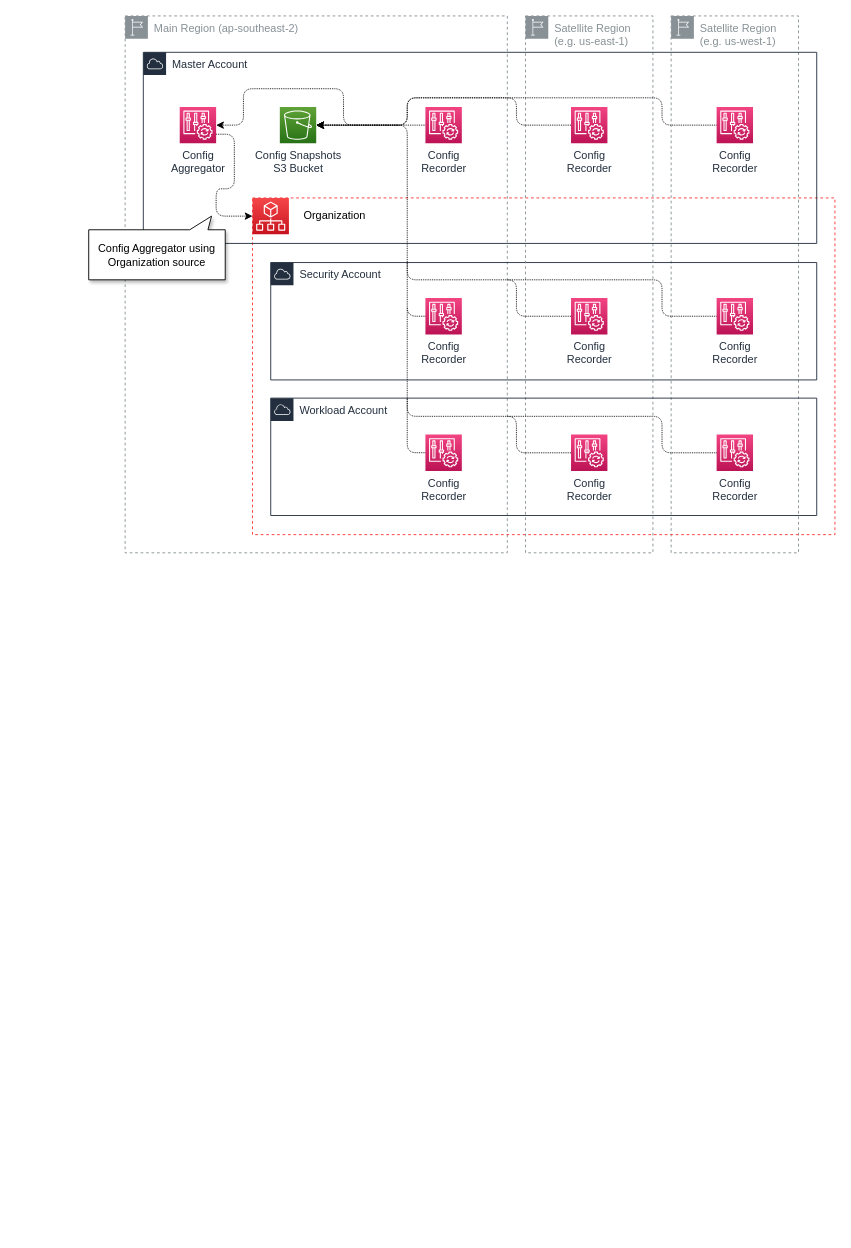
Before: docs/Config.drawio in tomwwright/littleorange, a draw.io diagram. Source tidied: cells renumbered, new cells numbered last; positions are measured from the earlier drawing's top-left corner, leaving out a move shared by most shapes. Both pictures are drawn from the tidied source at 91%, with x=0, y=0 at pixel (88, 15). Pictures stored in the file or linked from it are replaced by grey dashed boxes.
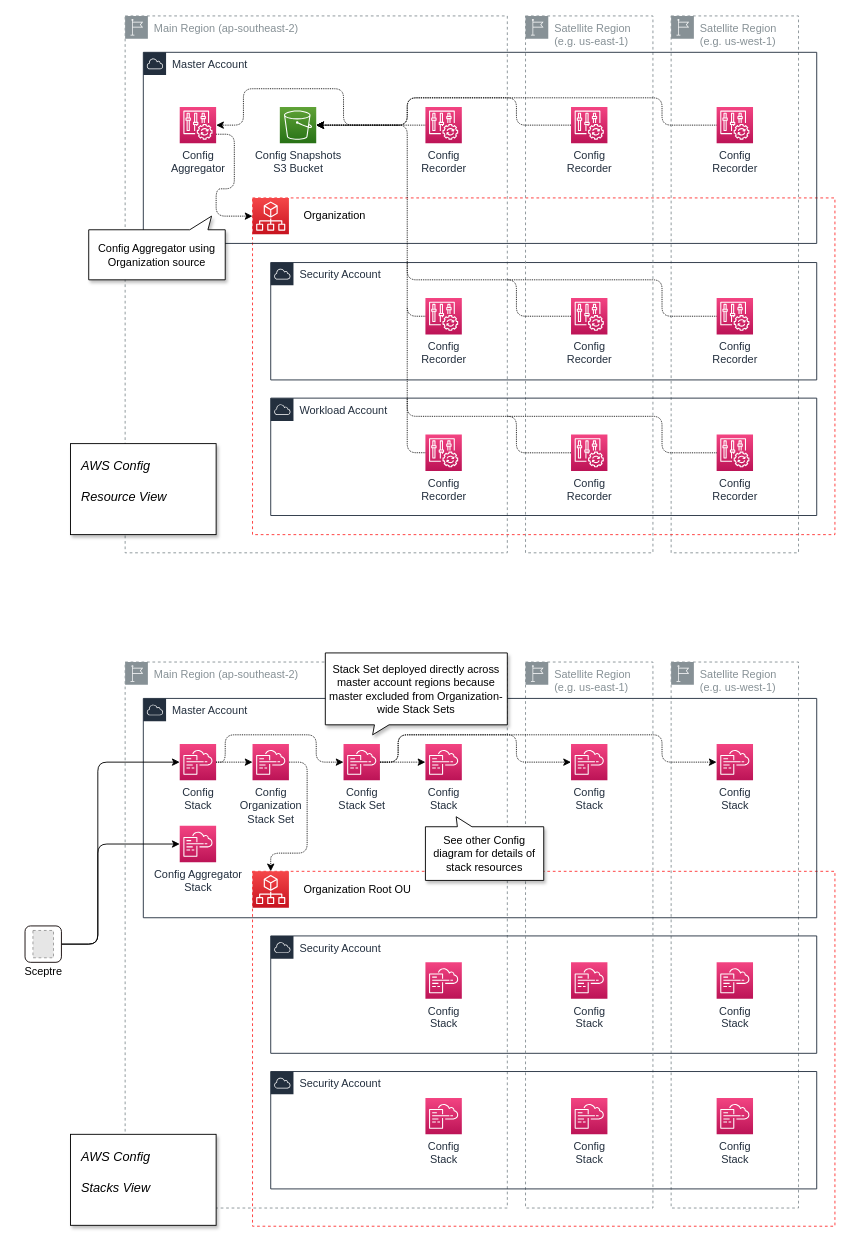
The same page after the edit.

What changed in the source:
```diff
@@
+    <mxCell id="34" value="Main Region (ap-southeast-2)" style="gradientColor=none;html=1;whiteSpace=wrap;fontSize=12;fontStyle=0;shape=mxgraph.aws4.group;grIcon=mxgraph.aws4.group_region;strokeColor=#879196;fillColor=none;verticalAlign=top;align=left;spacingLeft=30;fontColor=#879196;dashed=1;" parent="1" vertex="1">
+      <mxGeometry x="40" y="710" width="420" height="600" as="geometry" />
+    </mxCell>
+    <mxCell id="35" value="Satellite Region (e.g. us-west-1)" style="gradientColor=none;html=1;whiteSpace=wrap;fontSize=12;fontStyle=0;shape=mxgraph.aws4.group;grIcon=mxgraph.aws4.group_region;strokeColor=#879196;fillColor=none;verticalAlign=top;align=left;spacingLeft=30;fontColor=#879196;dashed=1;" parent="1" vertex="1">
+      <mxGeometry x="640" y="710" width="140" height="600" as="geometry" />
+    </mxCell>
+    <mxCell id="36" style="whiteSpace=wrap;html=1;fillColor=none;dashed=1;strokeColor=#FF3333;" parent="1" vertex="1">
+      <mxGeometry x="180" y="940" width="640" height="390" as="geometry" />
+    </mxCell>
+    <mxCell id="37" value="Security Account" style="gradientColor=none;html=1;whiteSpace=wrap;fontSize=12;fontStyle=0;shape=mxgraph.aws4.group;grIcon=mxgraph.aws4.group_aws_cloud;strokeColor=#232F3E;fillColor=none;verticalAlign=top;align=left;spacingLeft=30;fontColor=#232F3E;dashed=0;" parent="1" vertex="1">
+      <mxGeometry x="200" y="1011" width="600" height="129" as="geometry" />
+    </mxCell>
+    <mxCell id="38" value="Satellite Region (e.g. us-east-1)" style="gradientColor=none;html=1;whiteSpace=wrap;fontSize=12;fontStyle=0;shape=mxgraph.aws4.group;grIcon=mxgraph.aws4.group_region;strokeColor=#879196;fillColor=none;verticalAlign=top;align=left;spacingLeft=30;fontColor=#879196;dashed=1;" parent="1" vertex="1">
+      <mxGeometry x="480" y="710" width="140" height="600" as="geometry" />
+    </mxCell>
+    <mxCell id="39" value="Master Account" style="gradientColor=none;html=1;whiteSpace=wrap;fontSize=12;fontStyle=0;shape=mxgraph.aws4.group;grIcon=mxgraph.aws4.group_aws_cloud;strokeColor=#232F3E;fillColor=none;verticalAlign=top;align=left;spacingLeft=30;fontColor=#232F3E;dashed=0;" parent="1" vertex="1">
+      <mxGeometry x="60" y="750" width="740" height="241" as="geometry" />
+    </mxCell>
+    <mxCell id="40" style="edgeStyle=orthogonalEdgeStyle;rounded=1;jumpStyle=none;jettySize=auto;html=1;dashed=1;dashPattern=1 1;" parent="1" edge="1" source="42" target="43">
+      <mxGeometry relative="1" as="geometry" />
+    </mxCell>
+    <mxCell id="41" style="edgeStyle=orthogonalEdgeStyle;rounded=1;jumpStyle=none;jettySize=auto;html=1;dashed=1;dashPattern=1 1;" parent="1" edge="1" source="42" target="51">
+      <mxGeometry relative="1" as="geometry">
+        <Array as="points">
+          <mxPoint x="340" y="820" />
+          <mxPoint x="340" y="790" />
+          <mxPoint x="470" y="790" />
+          <mxPoint x="470" y="820" />
+        </Array>
+      </mxGeometry>
+    </mxCell>
+    <mxCell id="42" value="Config&lt;br&gt;Stack Set" style="outlineConnect=0;fontColor=#232F3E;gradientColor=#F34482;gradientDirection=north;fillColor=#BC1356;strokeColor=#ffffff;dashed=0;verticalLabelPosition=bottom;verticalAlign=top;align=center;html=1;fontSize=12;fontStyle=0;shape=mxgraph.aws4.resourceIcon;resIcon=mxgraph.aws4.cloudformation;" parent="1" vertex="1">
+      <mxGeometry x="280" y="800" width="40" height="40" as="geometry" />
+    </mxCell>
+    <mxCell id="43" value="Config&lt;br&gt;Stack" style="outlineConnect=0;fontColor=#232F3E;gradientColor=#F34482;gradientDirection=north;fillColor=#BC1356;strokeColor=#ffffff;dashed=0;verticalLabelPosition=bottom;verticalAlign=top;align=center;html=1;fontSize=12;fontStyle=0;shape=mxgraph.aws4.resourceIcon;resIcon=mxgraph.aws4.cloudformation;" parent="1" vertex="1">
+      <mxGeometry x="370" y="800" width="40" height="40" as="geometry" />
+    </mxCell>
+    <mxCell id="44" style="outlineConnect=0;fontColor=#232F3E;gradientColor=#F54749;gradientDirection=north;fillColor=#C7131F;strokeColor=#ffffff;dashed=0;verticalLabelPosition=bottom;verticalAlign=top;align=center;html=1;fontSize=12;fontStyle=0;shape=mxgraph.aws4.resourceIcon;resIcon=mxgraph.aws4.organizations;" parent="1" vertex="1">
+      <mxGeometry x="180" y="940" width="40" height="40" as="geometry" />
+    </mxCell>
+    <mxCell id="45" style="edgeStyle=orthogonalEdgeStyle;rounded=1;jumpStyle=none;jettySize=auto;html=1;" parent="1" edge="1" source="47" target="54">
+      <mxGeometry relative="1" as="geometry">
+        <Array as="points">
+          <mxPoint x="10" y="1020" />
+          <mxPoint x="10" y="820" />
+        </Array>
+      </mxGeometry>
+    </mxCell>
+    <mxCell id="46" style="edgeStyle=orthogonalEdgeStyle;rounded=1;jettySize=auto;html=1;" parent="1" edge="1" source="47" target="62">
+      <mxGeometry relative="1" as="geometry">
+        <Array as="points">
+          <mxPoint x="10" y="1020" />
+          <mxPoint x="10" y="910" />
+        </Array>
+      </mxGeometry>
+    </mxCell>
+    <mxCell id="47" style="whiteSpace=wrap;html=1;strokeColor=#0D0303;fillColor=#ffffff;rounded=1;" parent="1" vertex="1">
+      <mxGeometry x="-70" y="1000" width="40" height="40" as="geometry" />
+    </mxCell>
+    <mxCell id="48" style="fillColor=#E6E6E6;strokeColor=#999999;dashed=1;" parent="1" vertex="1">
+      <mxGeometry x="-61.3" y="1005" width="22.6" height="30" as="geometry" />
+    </mxCell>
+    <mxCell id="49" value="Sceptre" style="text;html=1;align=center;verticalAlign=middle;" parent="1" vertex="1">
+      <mxGeometry x="-80" y="1040" width="60" height="20" as="geometry" />
+    </mxCell>
+    <mxCell id="50" value="Organization Root OU" style="text;html=1;align=center;verticalAlign=middle;" parent="1" vertex="1">
+      <mxGeometry x="230" y="950" width="130" height="20" as="geometry" />
+    </mxCell>
+    <mxCell id="51" value="Config&lt;br&gt;Stack" style="outlineConnect=0;fontColor=#232F3E;gradientColor=#F34482;gradientDirection=north;fillColor=#BC1356;strokeColor=#ffffff;dashed=0;verticalLabelPosition=bottom;verticalAlign=top;align=center;html=1;fontSize=12;fontStyle=0;shape=mxgraph.aws4.resourceIcon;resIcon=mxgraph.aws4.cloudformation;" parent="1" vertex="1">
+      <mxGeometry x="530" y="800" width="40" height="40" as="geometry" />
+    </mxCell>
+    <mxCell id="52" value="Config&lt;br&gt;Stack" style="outlineConnect=0;fontColor=#232F3E;gradientColor=#F34482;gradientDirection=north;fillColor=#BC1356;strokeColor=#ffffff;dashed=0;verticalLabelPosition=bottom;verticalAlign=top;align=center;html=1;fontSize=12;fontStyle=0;shape=mxgraph.aws4.resourceIcon;resIcon=mxgraph.aws4.cloudformation;" parent="1" vertex="1">
+      <mxGeometry x="690" y="800" width="40" height="40" as="geometry" />
+    </mxCell>
+    <mxCell id="53" style="edgeStyle=orthogonalEdgeStyle;rounded=1;jumpStyle=none;jettySize=auto;html=1;dashed=1;dashPattern=1 1;" parent="1" edge="1" source="42" target="52">
+      <mxGeometry relative="1" as="geometry">
+        <Array as="points">
+          <mxPoint x="340" y="820" />
+          <mxPoint x="340" y="790" />
+          <mxPoint x="630" y="790" />
+          <mxPoint x="630" y="820" />
+        </Array>
+      </mxGeometry>
+    </mxCell>
+    <mxCell id="54" value="Config&lt;br&gt;Stack" style="outlineConnect=0;fontColor=#232F3E;gradientColor=#F34482;gradientDirection=north;fillColor=#BC1356;strokeColor=#ffffff;dashed=0;verticalLabelPosition=bottom;verticalAlign=top;align=center;html=1;fontSize=12;fontStyle=0;shape=mxgraph.aws4.resourceIcon;resIcon=mxgraph.aws4.cloudformation;" parent="1" vertex="1">
+      <mxGeometry x="100" y="800" width="40" height="40" as="geometry" />
+    </mxCell>
+    <mxCell id="55" style="edgeStyle=orthogonalEdgeStyle;rounded=1;jettySize=auto;html=1;dashed=1;dashPattern=1 1;" parent="1" edge="1" source="56" target="44">
+      <mxGeometry relative="1" as="geometry">
+        <Array as="points">
+          <mxPoint x="240" y="820" />
+          <mxPoint x="240" y="920" />
+          <mxPoint x="200" y="920" />
+        </Array>
+      </mxGeometry>
+    </mxCell>
+    <mxCell id="56" value="Config&lt;br&gt;Organization&lt;br&gt;Stack Set" style="outlineConnect=0;fontColor=#232F3E;gradientColor=#F34482;gradientDirection=north;fillColor=#BC1356;strokeColor=#ffffff;dashed=0;verticalLabelPosition=bottom;verticalAlign=top;align=center;html=1;fontSize=12;fontStyle=0;shape=mxgraph.aws4.resourceIcon;resIcon=mxgraph.aws4.cloudformation;" parent="1" vertex="1">
+      <mxGeometry x="180" y="800" width="40" height="40" as="geometry" />
+    </mxCell>
+    <mxCell id="57" style="edgeStyle=orthogonalEdgeStyle;rounded=1;jumpStyle=none;jettySize=auto;html=1;dashed=1;dashPattern=1 1;" parent="1" edge="1" source="54" target="56">
+      <mxGeometry relative="1" as="geometry" />
+    </mxCell>
+    <mxCell id="58" style="edgeStyle=orthogonalEdgeStyle;rounded=1;jumpStyle=none;jettySize=auto;html=1;dashed=1;dashPattern=1 1;" parent="1" edge="1" source="54" target="42">
+      <mxGeometry relative="1" as="geometry">
+        <Array as="points">
+          <mxPoint x="150" y="820" />
+          <mxPoint x="150" y="790" />
+          <mxPoint x="250" y="790" />
+          <mxPoint x="250" y="820" />
+        </Array>
+      </mxGeometry>
+    </mxCell>
+    <mxCell id="59" value="Config&lt;br&gt;Stack" style="fontColor=#232F3E;gradientColor=#F34482;gradientDirection=north;fillColor=#BC1356;strokeColor=#ffffff;dashed=0;verticalLabelPosition=bottom;verticalAlign=top;align=center;html=1;fontSize=12;fontStyle=0;shape=mxgraph.aws4.resourceIcon;resIcon=mxgraph.aws4.cloudformation;" parent="1" vertex="1">
+      <mxGeometry x="370" y="1040" width="40" height="40" as="geometry" />
+    </mxCell>
+    <mxCell id="60" value="Config&lt;br&gt;Stack" style="fontColor=#232F3E;gradientColor=#F34482;gradientDirection=north;fillColor=#BC1356;strokeColor=#ffffff;dashed=0;verticalLabelPosition=bottom;verticalAlign=top;align=center;html=1;fontSize=12;fontStyle=0;shape=mxgraph.aws4.resourceIcon;resIcon=mxgraph.aws4.cloudformation;" parent="1" vertex="1">
+      <mxGeometry x="530" y="1040" width="40" height="40" as="geometry" />
+    </mxCell>
+    <mxCell id="61" value="Config&lt;br&gt;Stack" style="fontColor=#232F3E;gradientColor=#F34482;gradientDirection=north;fillColor=#BC1356;strokeColor=#ffffff;dashed=0;verticalLabelPosition=bottom;verticalAlign=top;align=center;html=1;fontSize=12;fontStyle=0;shape=mxgraph.aws4.resourceIcon;resIcon=mxgraph.aws4.cloudformation;" parent="1" vertex="1">
+      <mxGeometry x="690" y="1040" width="40" height="40" as="geometry" />
+    </mxCell>
+    <mxCell id="62" value="Config Aggregator&lt;br&gt;Stack" style="outlineConnect=0;fontColor=#232F3E;gradientColor=#F34482;gradientDirection=north;fillColor=#BC1356;strokeColor=#ffffff;dashed=0;verticalLabelPosition=bottom;verticalAlign=top;align=center;html=1;fontSize=12;fontStyle=0;shape=mxgraph.aws4.resourceIcon;resIcon=mxgraph.aws4.cloudformation;" parent="1" vertex="1">
+      <mxGeometry x="100" y="890" width="40" height="40" as="geometry" />
+    </mxCell>
+    <mxCell id="63" value="Security Account" style="gradientColor=none;html=1;whiteSpace=wrap;fontSize=12;fontStyle=0;shape=mxgraph.aws4.group;grIcon=mxgraph.aws4.group_aws_cloud;strokeColor=#232F3E;fillColor=none;verticalAlign=top;align=left;spacingLeft=30;fontColor=#232F3E;dashed=0;" parent="1" vertex="1">
+      <mxGeometry x="200" y="1160" width="600" height="129" as="geometry" />
+    </mxCell>
+    <mxCell id="64" value="Config&lt;br&gt;Stack" style="fontColor=#232F3E;gradientColor=#F34482;gradientDirection=north;fillColor=#BC1356;strokeColor=#ffffff;dashed=0;verticalLabelPosition=bottom;verticalAlign=top;align=center;html=1;fontSize=12;fontStyle=0;shape=mxgraph.aws4.resourceIcon;resIcon=mxgraph.aws4.cloudformation;" parent="1" vertex="1">
+      <mxGeometry x="370" y="1189" width="40" height="40" as="geometry" />
+    </mxCell>
+    <mxCell id="65" value="Config&lt;br&gt;Stack" style="fontColor=#232F3E;gradientColor=#F34482;gradientDirection=north;fillColor=#BC1356;strokeColor=#ffffff;dashed=0;verticalLabelPosition=bottom;verticalAlign=top;align=center;html=1;fontSize=12;fontStyle=0;shape=mxgraph.aws4.resourceIcon;resIcon=mxgraph.aws4.cloudformation;" parent="1" vertex="1">
+      <mxGeometry x="530" y="1189" width="40" height="40" as="geometry" />
+    </mxCell>
+    <mxCell id="66" value="Config&lt;br&gt;Stack" style="fontColor=#232F3E;gradientColor=#F34482;gradientDirection=north;fillColor=#BC1356;strokeColor=#ffffff;dashed=0;verticalLabelPosition=bottom;verticalAlign=top;align=center;html=1;fontSize=12;fontStyle=0;shape=mxgraph.aws4.resourceIcon;resIcon=mxgraph.aws4.cloudformation;" parent="1" vertex="1">
+      <mxGeometry x="690" y="1189" width="40" height="40" as="geometry" />
+    </mxCell>
+    <mxCell id="67" value="Stack Set deployed directly across master account regions because master excluded from Organization-wide Stack Sets" style="shape=callout;whiteSpace=wrap;html=1;perimeter=calloutPerimeter;shadow=1;size=11;position=0.27;base=16;position2=0.26;" parent="1" vertex="1">
+      <mxGeometry x="260" y="700" width="200" height="90" as="geometry" />
+    </mxCell>
+    <mxCell id="68" value="See other Config diagram for details of stack resources" style="shape=callout;whiteSpace=wrap;html=1;perimeter=calloutPerimeter;shadow=1;size=11;position=0.27;base=16;position2=0.26;flipV=1;" parent="1" vertex="1">
+      <mxGeometry x="370" y="880" width="130" height="70" as="geometry" />
+    </mxCell>
+    <mxCell id="69" value="&lt;i&gt;&lt;font style=&quot;font-size: 14px&quot;&gt;AWS Config&lt;br&gt;&lt;br&gt;Resource View&lt;br&gt;&lt;/font&gt;&lt;/i&gt;" style="whiteSpace=wrap;html=1;shadow=1;fillColor=#ffffff;align=left;spacing=12;verticalAlign=top;" parent="1" vertex="1">
+      <mxGeometry x="-20" y="470" width="160" height="100" as="geometry" />
+    </mxCell>
+    <mxCell id="70" value="&lt;i&gt;&lt;font style=&quot;font-size: 14px&quot;&gt;AWS Config&lt;br&gt;&lt;br&gt;Stacks View&lt;br&gt;&lt;/font&gt;&lt;/i&gt;" style="whiteSpace=wrap;html=1;shadow=1;fillColor=#ffffff;align=left;spacing=12;verticalAlign=top;" parent="1" vertex="1">
+      <mxGeometry x="-20" y="1229" width="160" height="100" as="geometry" />
+    </mxCell>
```
